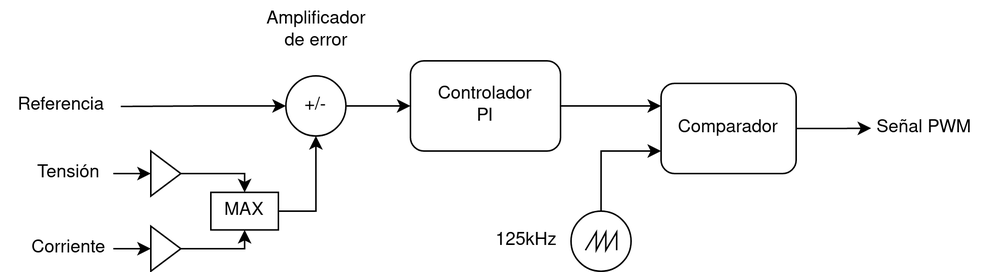
This is images/compensador.png from enzosanchezc/proyecto-final, a draw.io export, as it was before one commit. Source tidied: cells renumbered, new cells last; positions are measured from the earlier drawing's top-left corner, leaving out a move shared by most shapes.
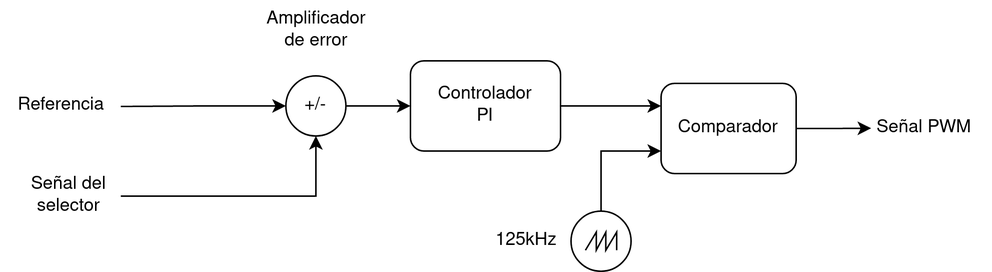
After the commit.

Change to the diagram source:
```diff
@@ -13,11 +13,8 @@
     <mxCell id="4" value="+/-" style="ellipse;whiteSpace=wrap;html=1;" parent="1" vertex="1">
       <mxGeometry x="190" y="50" width="40" height="40" as="geometry" />
     </mxCell>
-    <mxCell id="5" style="edgeStyle=none;html=1;" parent="1" edge="1" source="6" target="18">
-      <mxGeometry relative="1" as="geometry" />
-    </mxCell>
-    <mxCell id="6" value="Tensión" style="text;html=1;align=center;verticalAlign=middle;points=[];strokeColor=none;fillColor=none;" parent="1" vertex="1">
-      <mxGeometry x="15" y="105" width="60" height="20" as="geometry" />
+    <mxCell id="6" value="Señal del&lt;br&gt;selector" style="text;html=1;align=center;verticalAlign=middle;points=[];strokeColor=none;fillColor=none;" parent="1" vertex="1">
+      <mxGeometry x="10" y="115" width="70" height="30" as="geometry" />
     </mxCell>
     <mxCell id="7" value="Referencia" style="text;html=1;align=center;verticalAlign=middle;strokeColor=none;fillColor=none;" parent="1" vertex="1">
       <mxGeometry y="55" width="80" height="30" as="geometry" />
@@ -51,29 +48,10 @@
     <mxCell id="16" value="Amplificador&lt;br&gt;de error" style="text;html=1;align=center;verticalAlign=middle;strokeColor=none;fillColor=none;" parent="1" vertex="1">
       <mxGeometry x="165" width="90" height="40" as="geometry" />
     </mxCell>
-    <mxCell id="17" style="edgeStyle=orthogonalEdgeStyle;html=1;exitX=1;exitY=0.5;exitDx=0;exitDy=0;entryX=0.5;entryY=0;entryDx=0;entryDy=0;rounded=0;" parent="1" edge="1" source="18" target="24">
-      <mxGeometry relative="1" as="geometry" />
-    </mxCell>
-    <mxCell id="18" style="triangle;whiteSpace=wrap;html=1;" parent="1" vertex="1">
-      <mxGeometry x="100" y="100" width="20" height="30" as="geometry" />
-    </mxCell>
-    <mxCell id="19" style="edgeStyle=none;html=1;" parent="1" edge="1" source="20" target="22">
-      <mxGeometry relative="1" as="geometry" />
-    </mxCell>
-    <mxCell id="20" value="Corriente" style="text;html=1;align=center;verticalAlign=middle;points=[];strokeColor=none;fillColor=none;" parent="1" vertex="1">
-      <mxGeometry x="15" y="155" width="60" height="20" as="geometry" />
-    </mxCell>
-    <mxCell id="21" style="edgeStyle=orthogonalEdgeStyle;rounded=0;html=1;exitX=1;exitY=0.5;exitDx=0;exitDy=0;entryX=0.5;entryY=1;entryDx=0;entryDy=0;" parent="1" edge="1" source="22" target="24">
-      <mxGeometry relative="1" as="geometry" />
-    </mxCell>
-    <mxCell id="22" style="triangle;whiteSpace=wrap;html=1;" parent="1" vertex="1">
-      <mxGeometry x="100" y="150" width="20" height="30" as="geometry" />
-    </mxCell>
-    <mxCell id="23" style="edgeStyle=orthogonalEdgeStyle;rounded=0;html=1;exitX=1;exitY=0.5;exitDx=0;exitDy=0;entryX=0.5;entryY=1;entryDx=0;entryDy=0;" parent="1" edge="1" source="24" target="4">
-      <mxGeometry relative="1" as="geometry" />
+    <mxCell id="23" style="edgeStyle=orthogonalEdgeStyle;rounded=0;html=1;entryX=0.5;entryY=1;entryDx=0;entryDy=0;" parent="1" edge="1" target="4">
+      <mxGeometry relative="1" as="geometry">
+        <mxPoint x="80" y="130" as="sourcePoint" />
+      </mxGeometry>
     </mxCell>
-    <mxCell id="24" value="MAX" style="rounded=0;whiteSpace=wrap;html=1;" parent="1" vertex="1">
-      <mxGeometry x="140" y="127.5" width="45" height="25" as="geometry" />
-    </mxCell>
   </root>
 </mxGraphModel>
```
